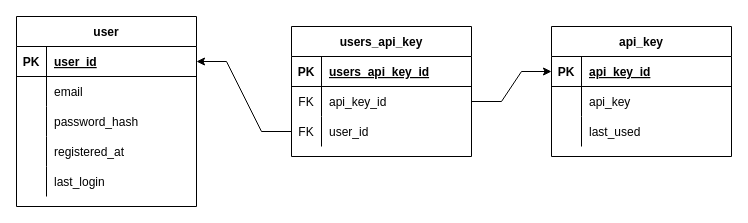
Before: main-instance-services/rest-api-service/erd.drawio in Sanil2108/machine-learning-model-monitoring, a draw.io diagram. Source tidied: cells renumbered, new cells numbered last; positions are measured from the earlier drawing's top-left corner, leaving out a move shared by most shapes. Both pictures are drawn from the tidied source at 100%, with x=0, y=0 at pixel (16, 16).
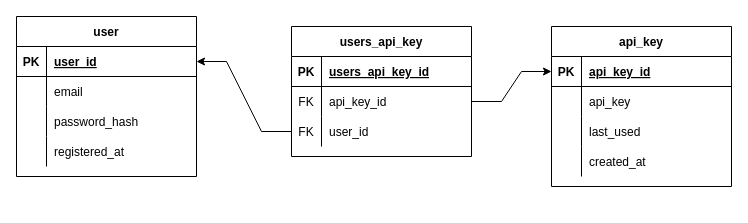
The same diagram, later.

Commit message:
Update erd.drawio timestamp related fields

Change to the diagram source:
```diff
@@
     <mxCell id="2" value="user" style="shape=table;startSize=30;childLayout=tableLayout;rowLines=0;fontStyle=1;align=center;" parent="1" vertex="1">
-      <mxGeometry width="180" height="190" as="geometry" />
+      <mxGeometry width="180" height="160" as="geometry" />
     </mxCell>
@@
-    <mxCell id="15" style="shape=partialRectangle;fillColor=none;top=0;left=0;bottom=0;right=0;" parent="2" vertex="1">
-      <mxGeometry y="150" width="180" height="30" as="geometry" />
-    </mxCell>
-    <mxCell id="16" style="shape=partialRectangle;fillColor=none;top=0;left=0;bottom=0;right=0;overflow=hidden;" parent="15" vertex="1">
-      <mxGeometry width="30" height="30" as="geometry" />
-    </mxCell>
-    <mxCell id="17" value="last_login" style="shape=partialRectangle;fillColor=none;top=0;left=0;bottom=0;right=0;align=left;spacingLeft=6;overflow=hidden;" parent="15" vertex="1">
-      <mxGeometry x="30" width="150" height="30" as="geometry" />
-    </mxCell>
     <mxCell id="18" value="api_key" style="shape=table;startSize=30;childLayout=tableLayout;rowLines=0;fontStyle=1;align=center;" parent="1" vertex="1">
-      <mxGeometry x="535" y="10" width="180" height="130" as="geometry" />
+      <mxGeometry x="535" y="10" width="180" height="160" as="geometry" />
     </mxCell>
@@
+    <mxCell id="40" style="shape=partialRectangle;fillColor=none;top=0;left=0;bottom=0;right=0;" parent="18" vertex="1">
+      <mxGeometry y="120" width="180" height="30" as="geometry" />
+    </mxCell>
+    <mxCell id="16" style="shape=partialRectangle;fillColor=none;top=0;left=0;bottom=0;right=0;overflow=hidden;" parent="40" vertex="1">
+      <mxGeometry width="30" height="30" as="geometry" />
+    </mxCell>
+    <mxCell id="41" value="created_at" style="shape=partialRectangle;fillColor=none;top=0;left=0;bottom=0;right=0;align=left;spacingLeft=6;overflow=hidden;" parent="40" vertex="1">
+      <mxGeometry x="30" width="150" height="30" as="geometry" />
+    </mxCell>
```
